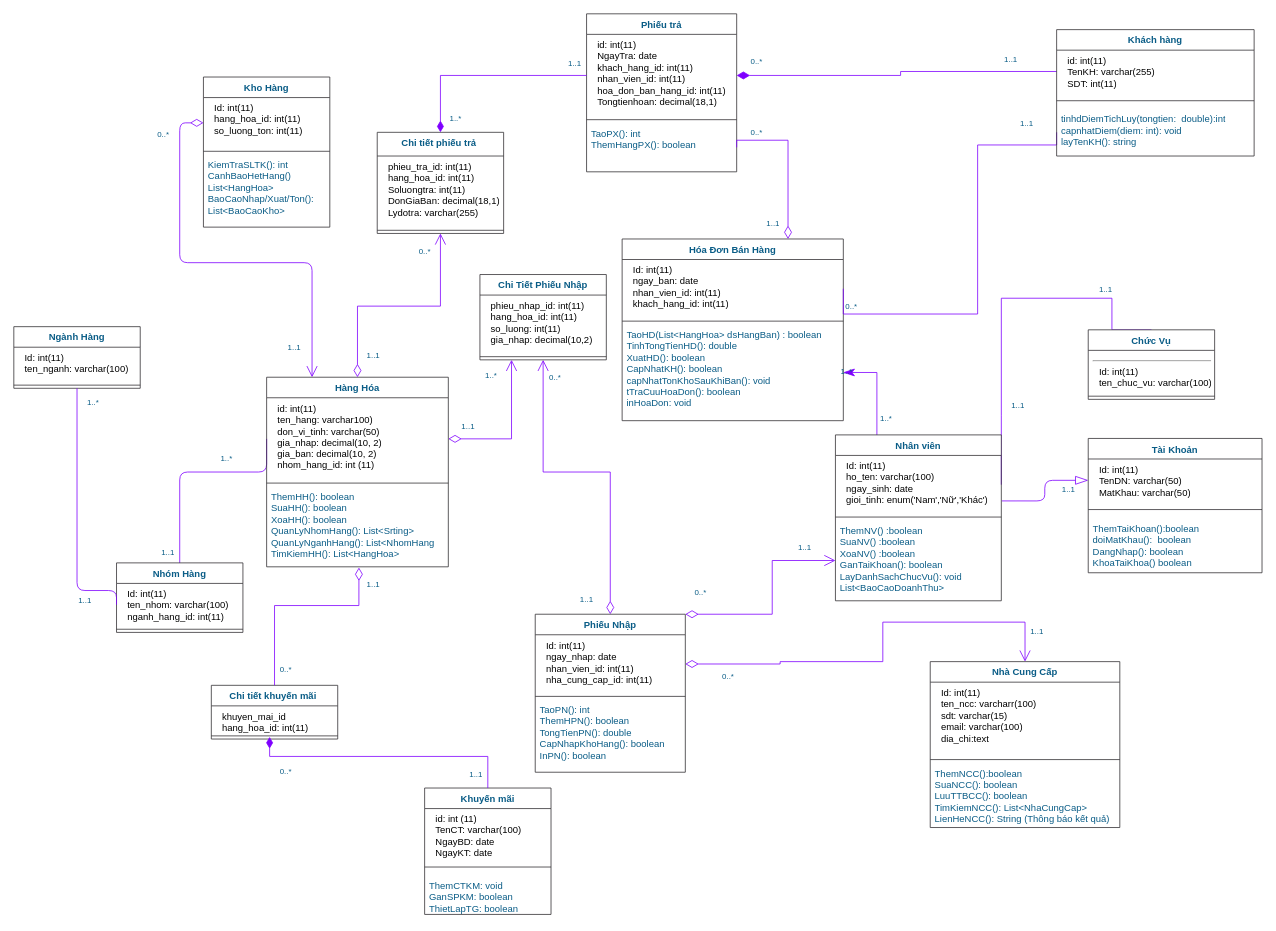
This is classdiagram.drawio from RomJoke/K, a draw.io file, before an edit. Source tidied: cells renumbered, new cells numbered last; positions are measured from the earlier drawing's top-left corner, leaving out a move shared by most shapes. Both pictures are drawn from the tidied source at 79%, with x=0, y=0 at pixel (13, 13).
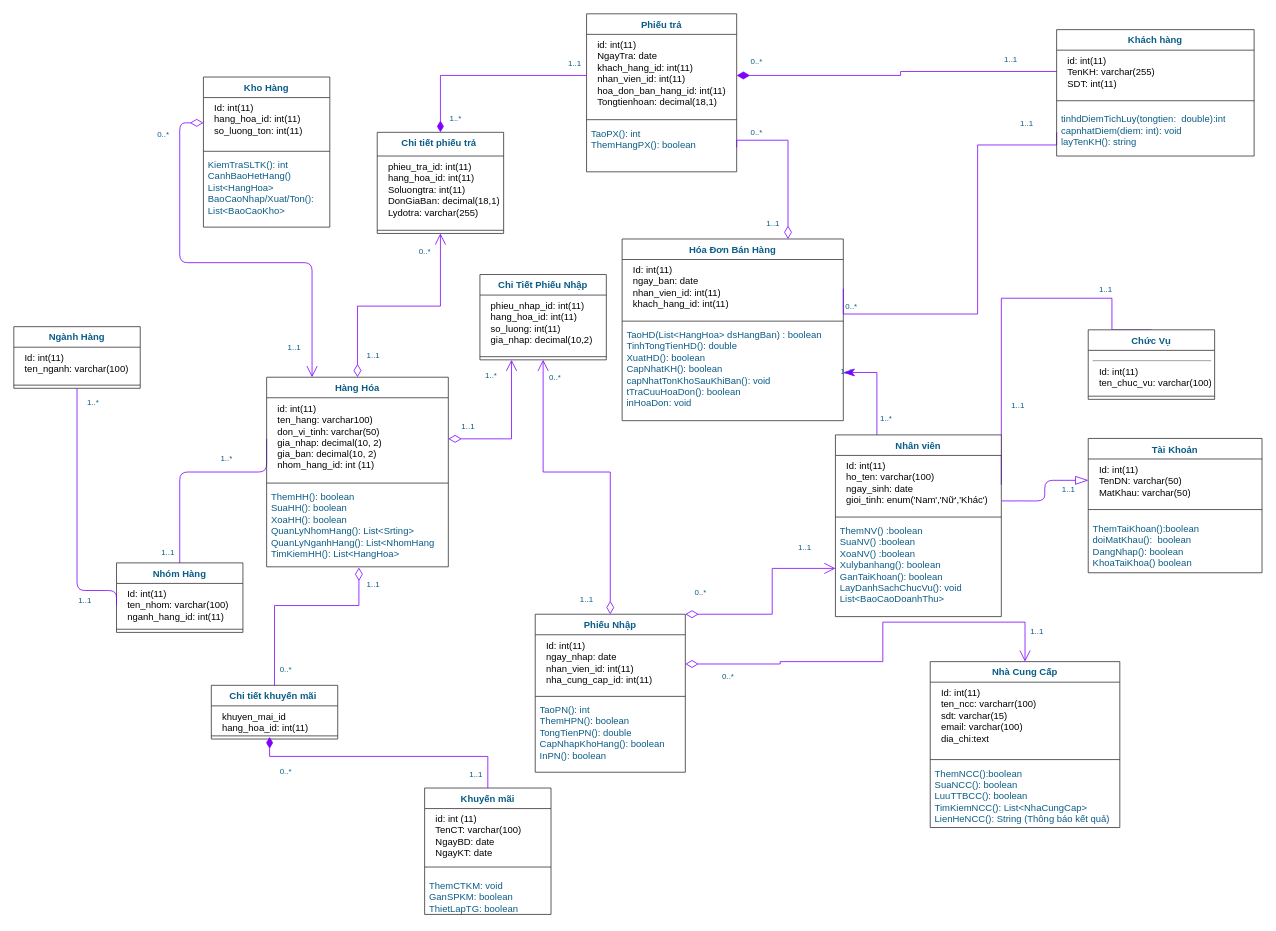
The same diagram, later.

The change refers to these unchanged cells:
```xml
<mxCell id="38" value="Phiếu Nhập" style="swimlane;fontStyle=1;align=center;verticalAlign=top;horizontal=1;startSize=26;whiteSpace=wrap;html=1;strokeColor=light-dark(#333135, #d176ff);fontColor=#095C86;fillColor=#FFFFFF;" parent="1" vertex="1">
  <mxGeometry x="660" y="760" width="190" height="200" as="geometry" />
</mxCell>
```

The edit, as a diff of the source:
```diff
@@
     <mxCell id="53" value="Nhân viên" style="swimlane;fontStyle=1;align=center;verticalAlign=top;horizontal=1;startSize=26;whiteSpace=wrap;html=1;strokeColor=light-dark(#333135, #d176ff);fontColor=#095C86;fillColor=#FFFFFF;" parent="1" vertex="1">
-      <mxGeometry x="1040" y="533" width="210" height="210" as="geometry" />
+      <mxGeometry x="1040" y="533" width="210" height="230" as="geometry" />
     </mxCell>
@@
-    <mxCell id="56" value="ThemNV() :boolean&lt;div&gt;SuaNV() :&lt;span style=&quot;background-color: transparent; color: light-dark(rgb(9, 92, 134), rgb(112, 183, 219));&quot;&gt;boolean&lt;/span&gt;&lt;/div&gt;&lt;div&gt;XoaNV() :&lt;span style=&quot;background-color: transparent; color: light-dark(rgb(9, 92, 134), rgb(112, 183, 219));&quot;&gt;boolean&lt;/span&gt;&lt;/div&gt;&lt;div&gt;GanTaiKhoan(): boolean&lt;/div&gt;&lt;div&gt;LayDanhSachChucVu(): void&lt;/div&gt;&lt;div&gt;List&amp;lt;BaoCaoDoanhThu&amp;gt;&lt;/div&gt;" style="text;strokeColor=none;fillColor=none;align=left;verticalAlign=top;spacingLeft=4;spacingRight=4;overflow=hidden;points=[[0,0.5],[1,0.5]];portConstraint=eastwest;whiteSpace=wrap;html=1;fontColor=#095C86;" parent="53" vertex="1">
-      <mxGeometry y="108" width="210" height="102" as="geometry" />
+    <mxCell id="56" value="ThemNV() :boolean&lt;div&gt;SuaNV() :&lt;span style=&quot;background-color: transparent; color: light-dark(rgb(9, 92, 134), rgb(112, 183, 219));&quot;&gt;boolean&lt;/span&gt;&lt;/div&gt;&lt;div&gt;XoaNV() :&lt;span style=&quot;background-color: transparent; color: light-dark(rgb(9, 92, 134), rgb(112, 183, 219));&quot;&gt;boolean&lt;/span&gt;&lt;/div&gt;&lt;div&gt;&lt;span style=&quot;background-color: transparent; color: light-dark(rgb(9, 92, 134), rgb(112, 183, 219));&quot;&gt;Xulybanhang(): boolean&lt;/span&gt;&lt;/div&gt;&lt;div&gt;GanTaiKhoan(): boolean&lt;/div&gt;&lt;div&gt;LayDanhSachChucVu(): void&lt;/div&gt;&lt;div&gt;List&amp;lt;BaoCaoDoanhThu&amp;gt;&lt;/div&gt;" style="text;strokeColor=none;fillColor=none;align=left;verticalAlign=top;spacingLeft=4;spacingRight=4;overflow=hidden;points=[[0,0.5],[1,0.5]];portConstraint=eastwest;whiteSpace=wrap;html=1;fontColor=#095C86;" parent="53" vertex="1">
+      <mxGeometry y="108" width="210" height="122" as="geometry" />
     </mxCell>
@@
     <mxCell id="85" style="endArrow=open;endSize=12;startArrow=diamondThin;startSize=14;startFill=0;edgeStyle=orthogonalEdgeStyle;rounded=0;labelBackgroundColor=none;strokeColor=#7F00FF;fontColor=default;exitX=1;exitY=0;exitDx=0;exitDy=0;entryX=0;entryY=0.5;entryDx=0;entryDy=0;" parent="1" edge="1" source="38" target="56">
       <mxGeometry x="519.4" y="180" as="geometry">
         <Array as="points">
           <mxPoint x="960" y="760" />
-          <mxPoint x="960" y="692" />
+          <mxPoint x="960" y="702" />
         </Array>
       </mxGeometry>
     </mxCell>
```
